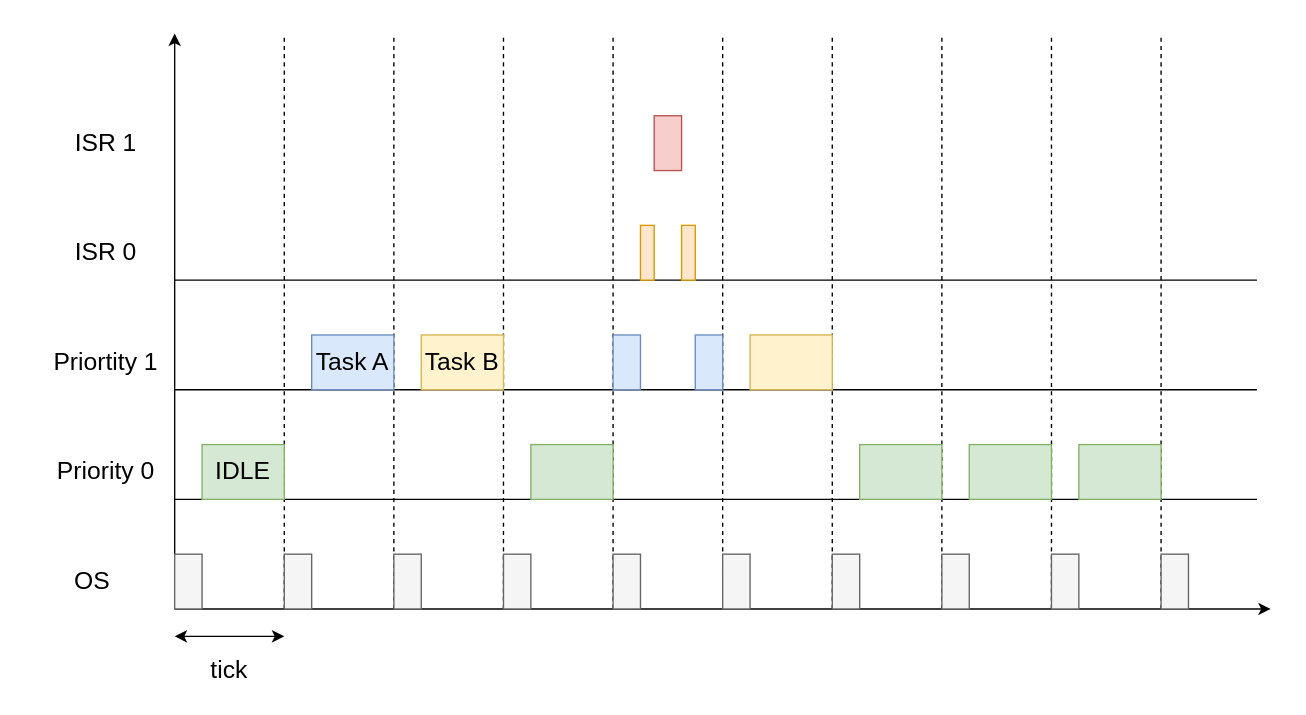
Above: page "Runtime" (13 of 13) of assets/OS.drawio in braboj/tutorial-os (draw.io), before the change. Source tidied: cells renumbered, new cells numbered last; positions are measured from the earlier drawing's top-left corner, leaving out a move shared by most shapes. Both pictures are drawn from the tidied source at 137%, with x=0, y=0 at pixel (23, 33).
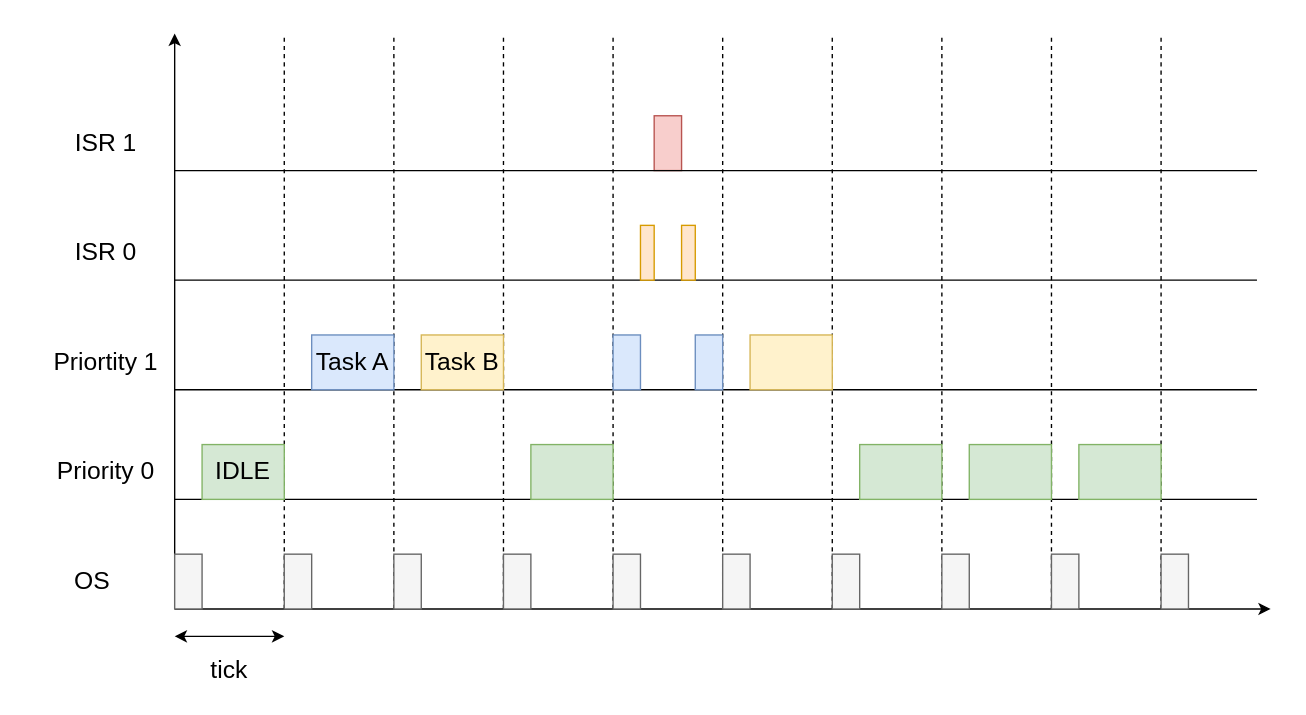
The same diagram, later.

Commit message (it also covers changes not shown here):
Update runtime analysis diagram

Change to the diagram source:
```diff
@@
+    <mxCell id="46" style="endArrow=none;html=1;rounded=0;fontSize=18;" parent="1" edge="1">
+      <mxGeometry relative="1" as="geometry">
+        <mxPoint x="110" y="100" as="sourcePoint" />
+        <mxPoint x="900" y="100" as="targetPoint" />
+      </mxGeometry>
+    </mxCell>
```
